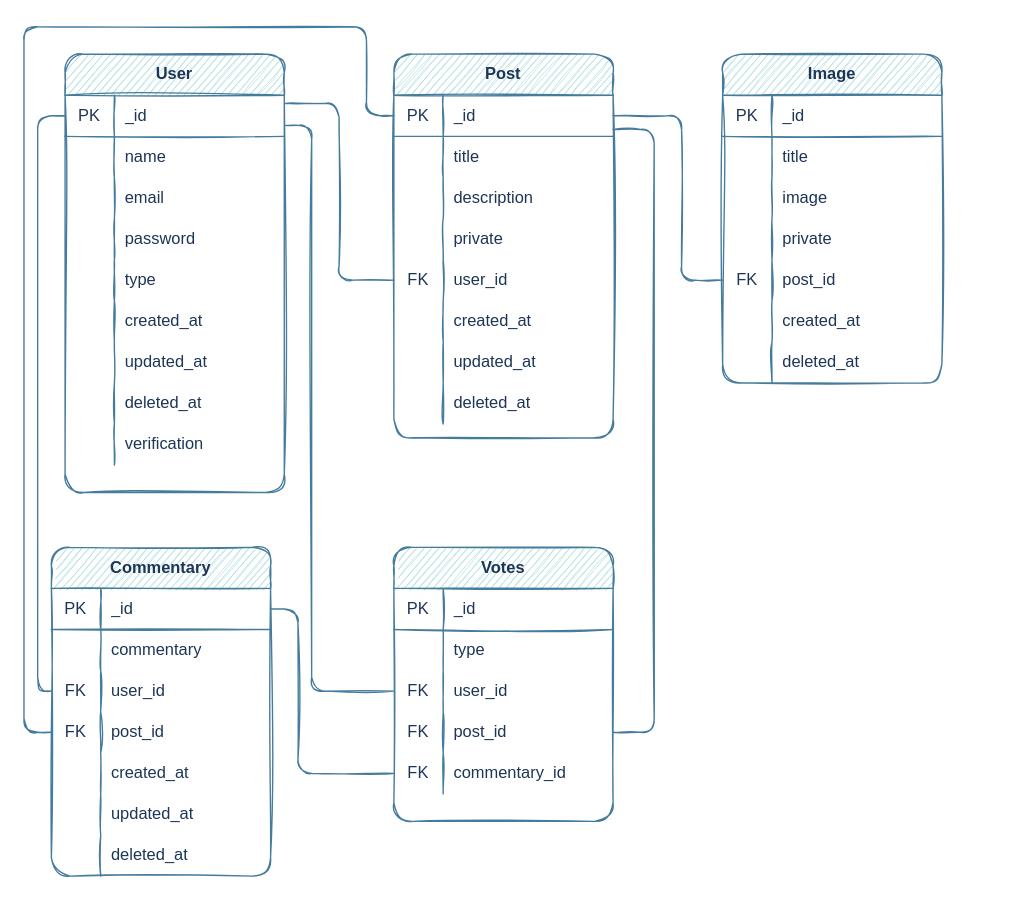
Before: MR.drawio in FelipeSebastianEspinoza/Mean, a draw.io diagram. Source tidied: cells renumbered, new cells numbered last; positions are measured from the earlier drawing's top-left corner, leaving out a move shared by most shapes. Both pictures are drawn from the tidied source at 137%, with x=0, y=0 at pixel (23, 26).
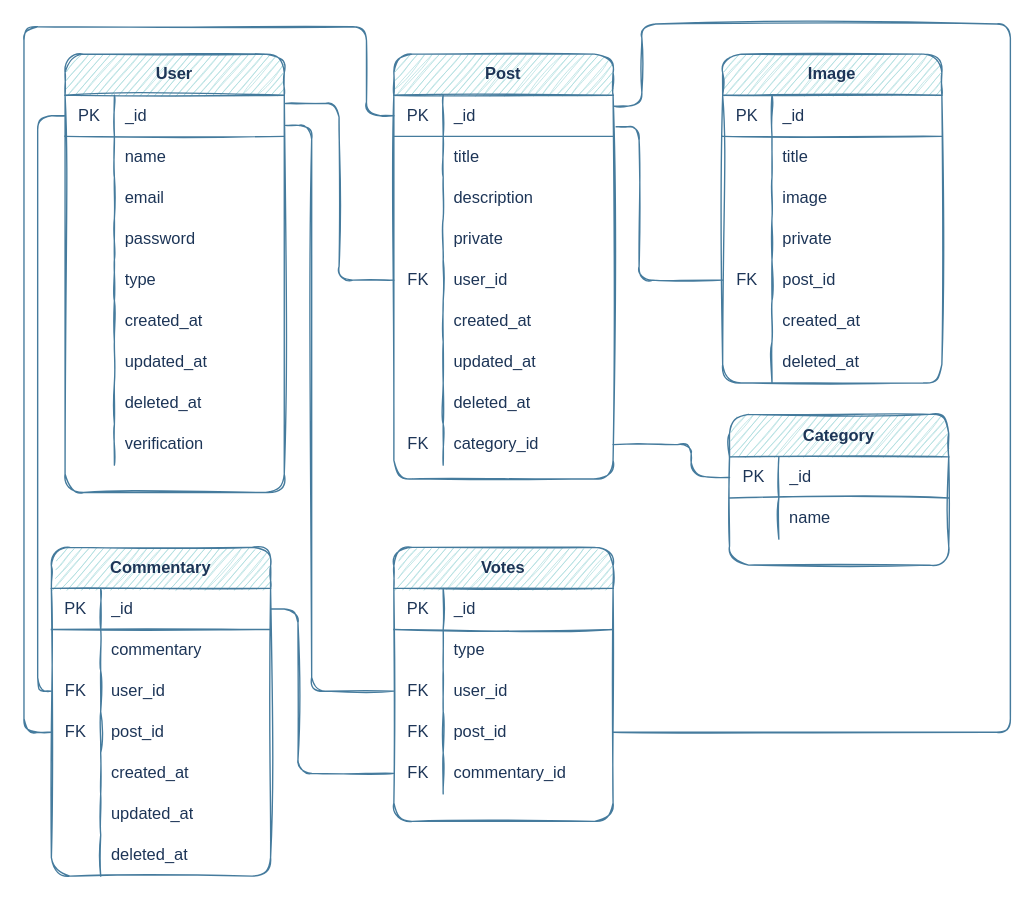
After the change.

The change refers to these unchanged cells:
```xml
<mxCell id="31" style="shape=partialRectangle;html=1;whiteSpace=wrap;fillColor=none;top=0;left=0;bottom=1;right=0;points=[[0,0.5],[1,0.5]];portConstraint=eastwest;strokeColor=#457B9D;fontColor=#1D3557;rounded=1;sketch=1;" parent="30" vertex="1">
  <mxGeometry y="30" width="160" height="30" as="geometry" />
</mxCell>
<mxCell id="68" style="shape=partialRectangle;html=1;whiteSpace=wrap;fillColor=none;top=0;left=0;bottom=0;right=0;points=[[0,0.5],[1,0.5]];portConstraint=eastwest;strokeColor=#457B9D;fontColor=#1D3557;rounded=1;sketch=1;" parent="55" vertex="1">
  <mxGeometry y="150" width="160" height="30" as="geometry" />
</mxCell>
<mxCell id="87" style="shape=partialRectangle;html=1;whiteSpace=wrap;fillColor=none;top=0;left=0;bottom=0;right=0;points=[[0,0.5],[1,0.5]];portConstraint=eastwest;strokeColor=#457B9D;fontColor=#1D3557;rounded=1;sketch=1;" parent="77" vertex="1">
  <mxGeometry y="120" width="160" height="30" as="geometry" />
</mxCell>
```

Change to the diagram source:
```diff
@@
     <mxCell id="30" value="Post" style="shape=table;html=1;whiteSpace=wrap;startSize=30;childLayout=tableLayout;rowLines=0;fontStyle=1;align=center;fillColor=#A8DADC;strokeColor=#457B9D;fontColor=#1D3557;rounded=1;sketch=1;" parent="1" vertex="1">
-      <mxGeometry x="270" y="20" width="160" height="280" as="geometry" />
+      <mxGeometry x="270" y="20" width="160" height="310" as="geometry" />
     </mxCell>
@@
+    <mxCell id="122" style="shape=partialRectangle;html=1;whiteSpace=wrap;fillColor=none;top=0;left=0;bottom=0;right=0;points=[[0,0.5],[1,0.5]];portConstraint=eastwest;strokeColor=#457B9D;fontColor=#1D3557;rounded=1;sketch=1;" parent="30" vertex="1">
+      <mxGeometry y="270" width="160" height="30" as="geometry" />
+    </mxCell>
+    <mxCell id="123" value="FK" style="shape=partialRectangle;html=1;whiteSpace=wrap;fillColor=none;top=0;left=0;bottom=0;right=0;overflow=hidden;strokeColor=#457B9D;fontColor=#1D3557;rounded=1;sketch=1;" parent="122" vertex="1">
+      <mxGeometry width="36" height="30" as="geometry" />
+    </mxCell>
+    <mxCell id="124" value="category_id" style="shape=partialRectangle;html=1;whiteSpace=wrap;fillColor=none;top=0;left=0;bottom=0;right=0;align=left;spacingLeft=6;overflow=hidden;strokeColor=#457B9D;fontColor=#1D3557;rounded=1;sketch=1;" parent="122" vertex="1">
+      <mxGeometry x="36" width="124" height="30" as="geometry" />
+    </mxCell>
@@
-    <mxCell id="95" style="endArrow=none;html=1;entryX=1;entryY=0.833;entryDx=0;entryDy=0;exitX=1;exitY=0.5;exitDx=0;exitDy=0;entryPerimeter=0;labelBackgroundColor=#F1FAEE;strokeColor=#457B9D;fontColor=#1D3557;sketch=1;" parent="1" edge="1" source="87" target="31">
+    <mxCell id="95" style="endArrow=none;html=1;exitX=1;exitY=0.5;exitDx=0;exitDy=0;labelBackgroundColor=#F1FAEE;strokeColor=#457B9D;fontColor=#1D3557;sketch=1;entryX=1.003;entryY=0.267;entryDx=0;entryDy=0;entryPerimeter=0;" parent="1" edge="1" source="87" target="31">
       <mxGeometry relative="1" as="geometry">
         <Array as="points">
-          <mxPoint x="460" y="515" />
-          <mxPoint x="460" y="75" />
+          <mxPoint x="720" y="515" />
+          <mxPoint x="720" y="-2" />
+          <mxPoint x="451" y="-2" />
+          <mxPoint x="451" y="58" />
         </Array>
       </mxGeometry>
     </mxCell>
-    <mxCell id="96" style="endArrow=none;html=1;exitX=1;exitY=0.5;exitDx=0;exitDy=0;entryX=0;entryY=0.5;entryDx=0;entryDy=0;labelBackgroundColor=#F1FAEE;strokeColor=#457B9D;fontColor=#1D3557;sketch=1;" parent="1" edge="1" source="31" target="68">
+    <mxCell id="96" style="endArrow=none;html=1;entryX=0;entryY=0.5;entryDx=0;entryDy=0;labelBackgroundColor=#F1FAEE;strokeColor=#457B9D;fontColor=#1D3557;sketch=1;exitX=1.014;exitY=0.767;exitDx=0;exitDy=0;exitPerimeter=0;" parent="1" edge="1" source="31" target="68">
       <mxGeometry relative="1" as="geometry">
         <Array as="points">
-          <mxPoint x="480" y="65" />
-          <mxPoint x="480" y="185" />
+          <mxPoint x="449" y="73" />
+          <mxPoint x="449" y="185" />
         </Array>
       </mxGeometry>
     </mxCell>
@@
+    <mxCell id="125" style="endArrow=none;html=1;entryX=1;entryY=0.5;entryDx=0;entryDy=0;labelBackgroundColor=#F1FAEE;strokeColor=#457B9D;fontColor=#1D3557;sketch=1;exitX=0;exitY=0.5;exitDx=0;exitDy=0;" parent="1" edge="1" source="127" target="122">
+      <mxGeometry relative="1" as="geometry">
+        <Array as="points">
+          <mxPoint x="487" y="328" />
+          <mxPoint x="487" y="305" />
+        </Array>
+      </mxGeometry>
+    </mxCell>
+    <mxCell id="126" value="Category" style="shape=table;html=1;whiteSpace=wrap;startSize=31;childLayout=tableLayout;rowLines=0;fontStyle=1;align=center;fillColor=#A8DADC;strokeColor=#457B9D;fontColor=#1D3557;rounded=1;sketch=1;" parent="1" vertex="1">
+      <mxGeometry x="515" y="283" width="160" height="110" as="geometry" />
+    </mxCell>
+    <mxCell id="127" style="shape=partialRectangle;html=1;whiteSpace=wrap;fillColor=none;top=0;left=0;bottom=1;right=0;points=[[0,0.5],[1,0.5]];portConstraint=eastwest;strokeColor=#457B9D;fontColor=#1D3557;rounded=1;sketch=1;" parent="126" vertex="1">
+      <mxGeometry y="31" width="160" height="30" as="geometry" />
+    </mxCell>
+    <mxCell id="128" value="PK" style="shape=partialRectangle;html=1;whiteSpace=wrap;fillColor=none;top=0;left=0;bottom=0;right=0;overflow=hidden;strokeColor=#457B9D;fontColor=#1D3557;rounded=1;sketch=1;" parent="127" vertex="1">
+      <mxGeometry width="36" height="30" as="geometry" />
+    </mxCell>
+    <mxCell id="129" value="_id" style="shape=partialRectangle;html=1;whiteSpace=wrap;fillColor=none;top=0;left=0;bottom=0;right=0;align=left;spacingLeft=6;overflow=hidden;strokeColor=#457B9D;fontColor=#1D3557;rounded=1;sketch=1;" parent="127" vertex="1">
+      <mxGeometry x="36" width="124" height="30" as="geometry" />
+    </mxCell>
+    <mxCell id="130" style="shape=partialRectangle;html=1;whiteSpace=wrap;fillColor=none;top=0;left=0;bottom=0;right=0;strokeColor=#457B9D;fontColor=#1D3557;rounded=1;sketch=1;" parent="126" vertex="1">
+      <mxGeometry y="61" width="160" height="30" as="geometry" />
+    </mxCell>
+    <mxCell id="131" style="shape=partialRectangle;html=1;whiteSpace=wrap;fillColor=none;top=0;left=0;bottom=0;right=0;overflow=hidden;strokeColor=#457B9D;fontColor=#1D3557;rounded=1;sketch=1;" parent="130" vertex="1">
+      <mxGeometry width="36" height="30" as="geometry" />
+    </mxCell>
+    <mxCell id="132" value="name" style="shape=partialRectangle;html=1;whiteSpace=wrap;fillColor=none;top=0;left=0;bottom=0;right=0;align=left;spacingLeft=6;overflow=hidden;strokeColor=#457B9D;fontColor=#1D3557;rounded=1;sketch=1;" parent="130" vertex="1">
+      <mxGeometry x="36" width="124" height="30" as="geometry" />
+    </mxCell>
```
